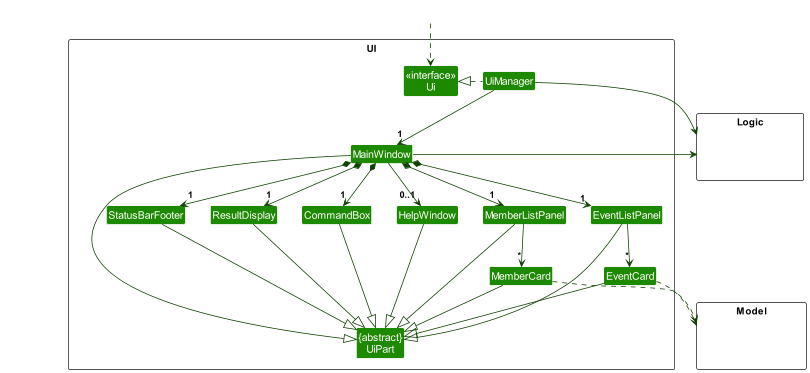
Above: docs/images/UiClassDiagram.png in nus-cs2103-AY2324S1/tp (PlantUML), before the change. Source of this version:
```plantuml
@startuml
!include style.puml
skinparam arrowThickness 1.1
skinparam arrowColor UI_COLOR_T4
skinparam classBackgroundColor UI_COLOR

package UI <<Rectangle>>{
Class "<<interface>>\nUi" as Ui
Class "{abstract}\nUiPart" as UiPart
Class UiManager
Class MainWindow
Class HelpWindow
Class ResultDisplay
Class MemberListPanel
Class MemberCard
Class EventListPanel
Class EventCard
Class StatusBarFooter
Class CommandBox
}

package Model <<Rectangle>> {
Class HiddenModel #FFFFFF
}

package Logic <<Rectangle>> {
Class HiddenLogic #FFFFFF
}

Class HiddenOutside #FFFFFF
HiddenOutside ..> Ui

UiManager .left.|> Ui
UiManager -down-> "1" MainWindow
MainWindow *-down->  "1" CommandBox
MainWindow *-down-> "1" ResultDisplay
MainWindow *-down-> "1" MemberListPanel
MainWindow *-down-> "1" EventListPanel
MainWindow *-down-> "1" StatusBarFooter
MainWindow --> "0..1" HelpWindow

MemberListPanel -down-> "*" MemberCard
EventListPanel -down-> "*" EventCard

MainWindow -left-|> UiPart

ResultDisplay --|> UiPart
CommandBox --|> UiPart
MemberListPanel --|> UiPart
MemberCard --|> UiPart
EventListPanel --|> UiPart
EventCard --|> UiPart
StatusBarFooter --|> UiPart
HelpWindow --|> UiPart

MemberCard ..> Model
EventCard ..> Model
UiManager -right-> Logic
MainWindow -left-> Logic

MemberListPanel -[hidden]left- HelpWindow
HelpWindow -[hidden]left- CommandBox
CommandBox -[hidden]left- ResultDisplay
ResultDisplay -[hidden]left- StatusBarFooter

MainWindow -[hidden]-|> UiPart
@enduml
```
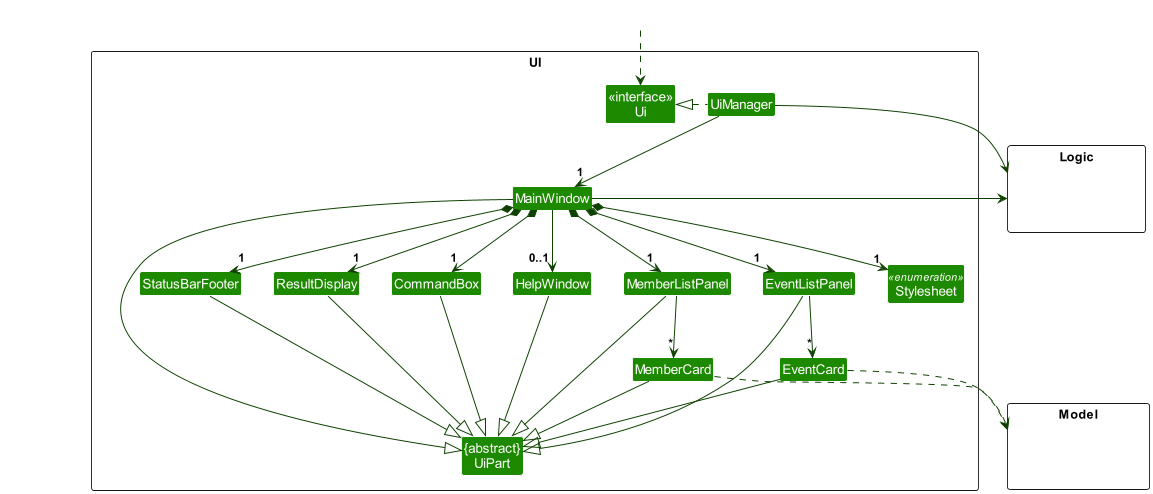
Above is the later version.

Diff of the diagram source:
```diff
@@ -17,6 +17,7 @@
 Class EventCard
 Class StatusBarFooter
 Class CommandBox
+Class Stylesheet <<enumeration>>
 }
 
 package Model <<Rectangle>> {
@@ -37,6 +38,7 @@
 MainWindow *-down-> "1" MemberListPanel
 MainWindow *-down-> "1" EventListPanel
 MainWindow *-down-> "1" StatusBarFooter
+MainWindow *-down-> "1" Stylesheet
 MainWindow --> "0..1" HelpWindow
 
 MemberListPanel -down-> "*" MemberCard
```
